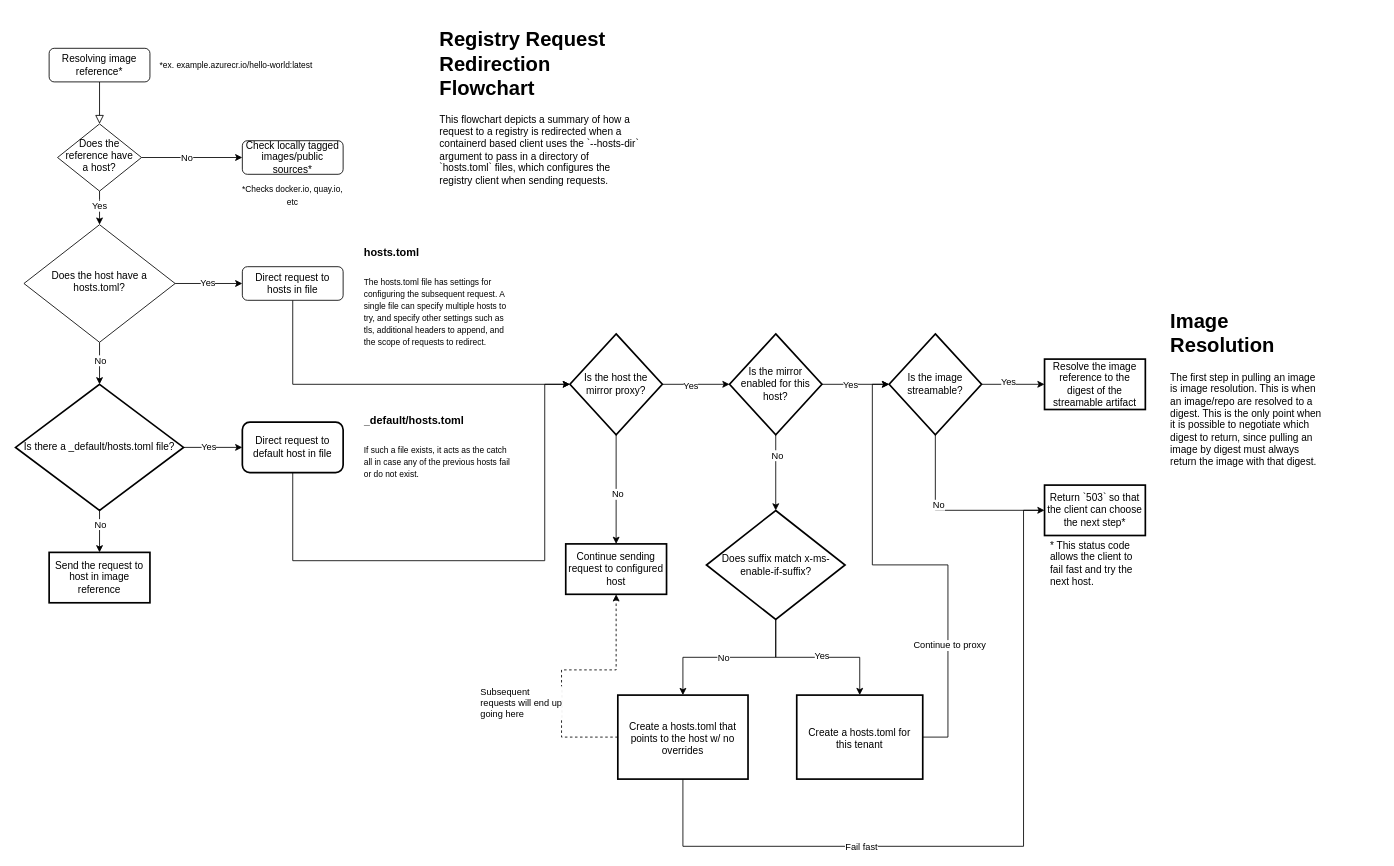
Above: docs/mirror-flowcharts.drawio in juliusl/lifec_registry (draw.io), before the change. Source tidied: cells renumbered, new cells numbered last; positions are measured from the earlier drawing's top-left corner, leaving out a move shared by most shapes. Both pictures are drawn from the tidied source at 84%, with x=0, y=0 at pixel (15, 23).
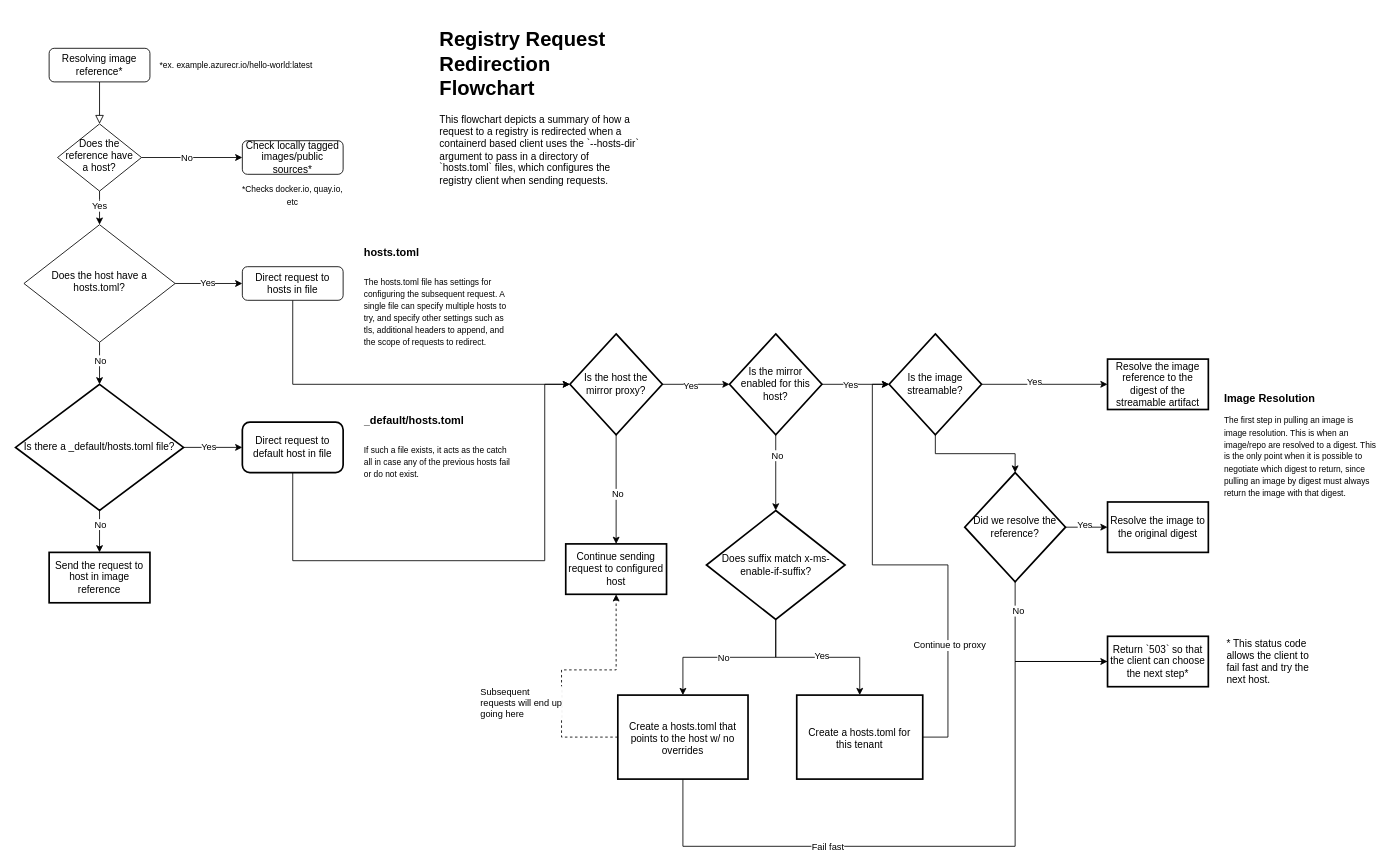
After the change.

Commit message:
Fix final termination point

Unchanged cells that the change refers to:
```xml
<mxCell id="44" value="Is the image streamable?" style="strokeWidth=2;shape=mxgraph.flowchart.decision;overflow=width;fixedWidth=1;whiteSpace=wrap;" parent="1" vertex="1">
  <mxGeometry x="1040" y="370" width="110" height="120" as="geometry" />
</mxCell>
<mxCell id="53" value="Create a hosts.toml that points to the host w/ no overrides" style="whiteSpace=wrap;html=1;strokeWidth=2;spacingTop=4;spacingLeft=0;spacing=11;" parent="1" vertex="1">
  <mxGeometry x="717" y="800" width="155" height="100" as="geometry" />
</mxCell>
```

Change to the diagram source:
```diff
@@
-    <mxCell id="42" style="edgeStyle=orthogonalEdgeStyle;rounded=0;jettySize=auto;html=1;" parent="1" edge="1" source="44" target="46">
-      <mxGeometry relative="1" as="geometry">
-        <Array as="points">
-          <mxPoint x="1095" y="580" />
-        </Array>
-      </mxGeometry>
-    </mxCell>
-    <mxCell id="43" value="No" style="edgeLabel;html=1;align=center;verticalAlign=middle;" parent="42" vertex="1">
-      <mxGeometry x="-0.25" y="3" relative="1" as="geometry" />
-    </mxCell>
+    <mxCell id="63" style="edgeStyle=orthogonalEdgeStyle;rounded=0;jettySize=auto;html=1;" parent="1" edge="1" source="44" target="67">
+      <mxGeometry relative="1" as="geometry" />
+    </mxCell>
@@
     <mxCell id="45" value="Resolve the image reference to the digest of the streamable artifact" style="whiteSpace=wrap;html=1;strokeWidth=2;" parent="1" vertex="1">
-      <mxGeometry x="1225" y="400" width="120" height="60" as="geometry" />
+      <mxGeometry x="1300" y="400" width="120" height="60" as="geometry" />
     </mxCell>
     <mxCell id="46" value="Return `503` so that the client can choose the next step*" style="whiteSpace=wrap;html=1;strokeWidth=2;" parent="1" vertex="1">
-      <mxGeometry x="1225" y="550" width="120" height="60" as="geometry" />
+      <mxGeometry x="1300" y="730" width="120" height="60" as="geometry" />
     </mxCell>
-    <mxCell id="47" value="&lt;h1&gt;Image Resolution&lt;/h1&gt;&lt;p&gt;The first step in pulling an image is image resolution. This is when an image/repo are resolved to a digest. This is the only point when it is possible to negotiate which digest to return, since pulling an image by digest must always return the image with that digest.&lt;/p&gt;" style="text;html=1;strokeColor=none;fillColor=none;spacing=5;spacingTop=-20;whiteSpace=wrap;overflow=hidden;rounded=0;" parent="1" vertex="1">
-      <mxGeometry x="1370" y="335" width="190" height="205" as="geometry" />
+    <mxCell id="47" value="&lt;h1 style=&quot;font-size: 13px;&quot;&gt;&lt;font style=&quot;font-size: 13px;&quot;&gt;Image Resolution&lt;/font&gt;&lt;/h1&gt;&lt;p style=&quot;&quot;&gt;&lt;font style=&quot;font-size: 10px;&quot;&gt;The first step in pulling an image is image resolution. This is when an image/repo are resolved to a digest. This is the only point when it is possible to negotiate which digest to return, since pulling an image by digest must always return the image with that digest.&lt;/font&gt;&lt;/p&gt;" style="text;html=1;strokeColor=none;fillColor=none;spacing=5;spacingTop=-20;whiteSpace=wrap;overflow=hidden;rounded=0;" parent="1" vertex="1">
+      <mxGeometry x="1434" y="440" width="190" height="205" as="geometry" />
     </mxCell>
     <mxCell id="48" value="* This status code allows the client to fail fast and try the next host." style="text;html=1;strokeColor=none;fillColor=none;align=left;verticalAlign=middle;whiteSpace=wrap;rounded=0;" parent="1" vertex="1">
-      <mxGeometry x="1230" y="620" width="110" height="45" as="geometry" />
+      <mxGeometry x="1440" y="737.5" width="110" height="45" as="geometry" />
     </mxCell>
@@
-    <mxCell id="51" style="edgeStyle=orthogonalEdgeStyle;rounded=0;jettySize=auto;html=1;endArrow=none;endFill=0;" parent="1" edge="1" source="53">
+    <mxCell id="51" style="edgeStyle=orthogonalEdgeStyle;rounded=0;jettySize=auto;html=1;endArrow=none;endFill=0;entryX=0;entryY=0.5;entryDx=0;entryDy=0;" parent="1" edge="1" source="53" target="46">
       <mxGeometry relative="1" as="geometry">
-        <mxPoint x="1220" y="580" as="targetPoint" />
         <Array as="points">
           <mxPoint x="795" y="980" />
-          <mxPoint x="1200" y="980" />
-          <mxPoint x="1200" y="580" />
+          <mxPoint x="1190" y="980" />
+          <mxPoint x="1190" y="760" />
         </Array>
       </mxGeometry>
     </mxCell>
@@
+    <mxCell id="64" style="edgeStyle=orthogonalEdgeStyle;rounded=0;jettySize=auto;html=1;" parent="1" edge="1" source="67" target="68">
+      <mxGeometry relative="1" as="geometry" />
+    </mxCell>
+    <mxCell id="65" value="Yes" style="edgeLabel;html=1;align=center;verticalAlign=middle;" parent="64" vertex="1">
+      <mxGeometry x="-0.11" y="3" relative="1" as="geometry" />
+    </mxCell>
+    <mxCell id="66" style="edgeStyle=orthogonalEdgeStyle;rounded=0;jettySize=auto;html=1;exitX=0.5;exitY=1;exitDx=0;exitDy=0;exitPerimeter=0;entryX=0;entryY=0.5;entryDx=0;entryDy=0;" parent="1" edge="1" source="67" target="46">
+      <mxGeometry relative="1" as="geometry" />
+    </mxCell>
+    <mxCell id="43" value="No" style="edgeLabel;html=1;align=center;verticalAlign=middle;" parent="66" vertex="1">
+      <mxGeometry x="-0.67" y="3" relative="1" as="geometry" />
+    </mxCell>
+    <mxCell id="67" value="Did we resolve the reference?" style="strokeWidth=2;shape=mxgraph.flowchart.decision;overflow=width;fixedWidth=1;whiteSpace=wrap;" parent="1" vertex="1">
+      <mxGeometry x="1130" y="535.1" width="120" height="130" as="geometry" />
+    </mxCell>
+    <mxCell id="68" value="Resolve the image to the original digest" style="whiteSpace=wrap;html=1;strokeWidth=2;" parent="1" vertex="1">
+      <mxGeometry x="1300" y="570.1" width="120" height="60" as="geometry" />
+    </mxCell>
```
